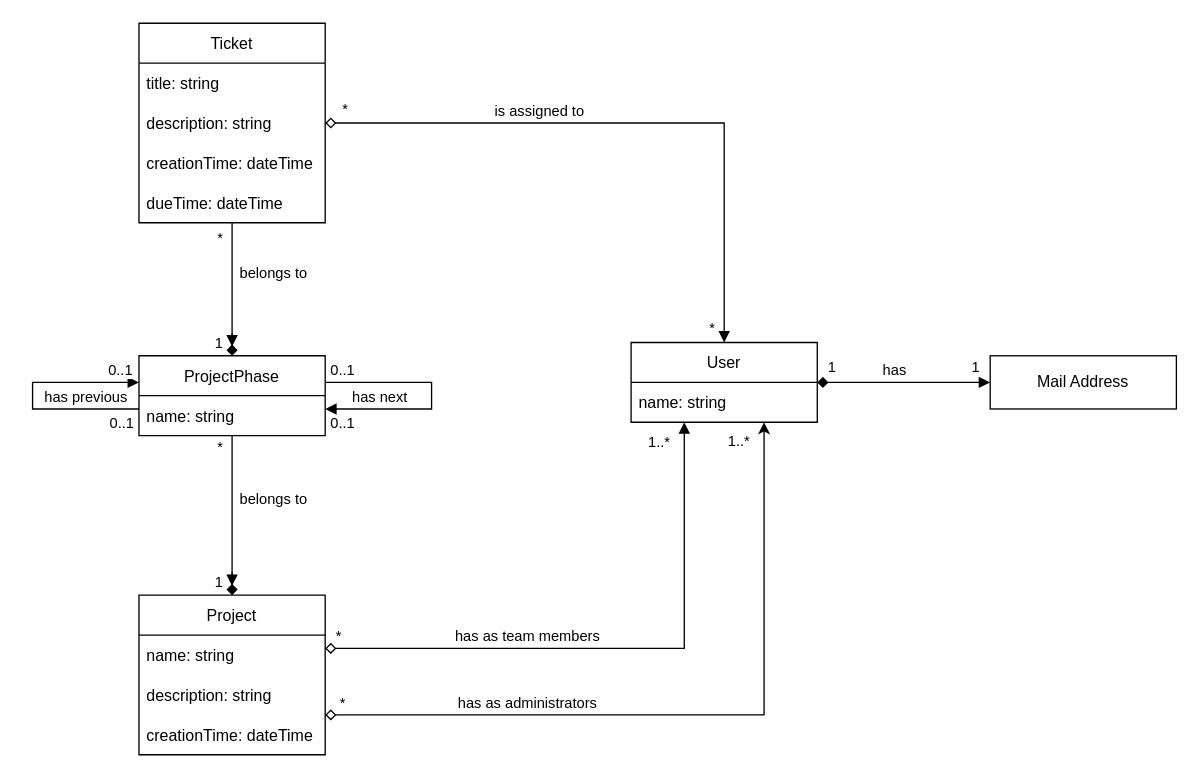
Above: doc/logical_data_model/logical_data_model.drawio in dkettner/ticketing-system (draw.io), before the change. Source tidied: cells renumbered, new cells numbered last; positions are measured from the earlier drawing's top-left corner, leaving out a move shared by most shapes. Both pictures are drawn from the tidied source at 133%, with x=0, y=0 at pixel (32, 23).
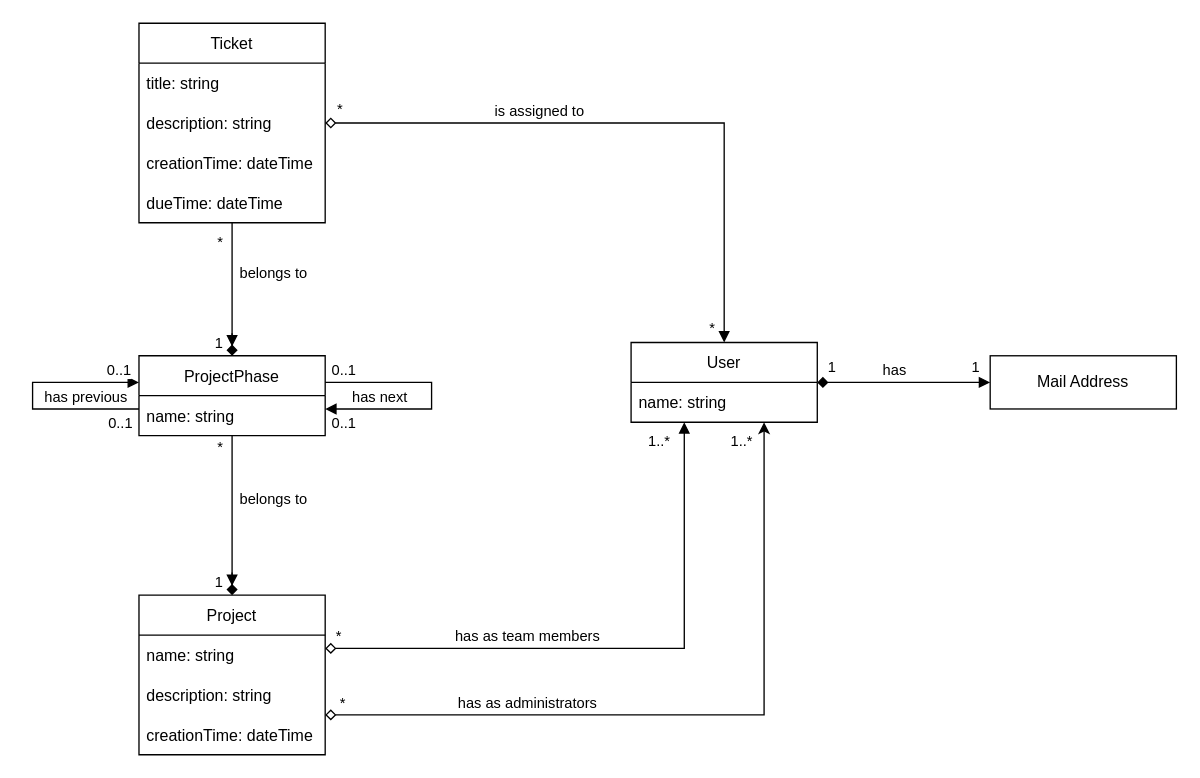
The same diagram, later.

Commit message (it also covers changes not shown here):
style(docs): correct formatting of logical data model

just a minor change

The change refers to these unchanged cells:
```xml
<mxCell id="2" style="edgeStyle=orthogonalEdgeStyle;rounded=0;jettySize=auto;html=1;endArrow=diamond;endFill=0;startArrow=block;startFill=1;" parent="1" edge="1" source="10" target="16">
  <mxGeometry relative="1" as="geometry">
    <Array as="points">
      <mxPoint x="490" y="470" />
    </Array>
  </mxGeometry>
</mxCell>
<mxCell id="12" style="edgeStyle=orthogonalEdgeStyle;rounded=0;jettySize=auto;html=1;startArrow=diamond;startFill=0;" parent="1" edge="1" source="16" target="10">
  <mxGeometry relative="1" as="geometry">
    <Array as="points">
      <mxPoint x="550" y="520" />
    </Array>
  </mxGeometry>
</mxCell>
<mxCell id="20" style="edgeStyle=orthogonalEdgeStyle;rounded=0;jettySize=auto;html=1;startArrow=diamond;startFill=0;endArrow=block;endFill=1;" parent="1" edge="1" source="28" target="10">
  <mxGeometry relative="1" as="geometry" />
</mxCell>
<mxCell id="24" style="edgeStyle=orthogonalEdgeStyle;rounded=0;jettySize=auto;html=1;startArrow=none;startFill=0;endArrow=diamond;endFill=1;" parent="1" edge="1" source="28" target="38">
  <mxGeometry relative="1" as="geometry">
    <Array as="points">
      <mxPoint x="150" y="240" />
      <mxPoint x="150" y="240" />
    </Array>
  </mxGeometry>
</mxCell>
<mxCell id="42" style="edgeStyle=orthogonalEdgeStyle;rounded=0;orthogonalLoop=1;jettySize=auto;html=1;startArrow=none;startFill=0;endArrow=block;endFill=1;" parent="1" edge="1" source="38" target="38">
  <mxGeometry relative="1" as="geometry">
    <Array as="points">
      <mxPoint x="300" y="280" />
    </Array>
  </mxGeometry>
</mxCell>
<mxCell id="46" style="edgeStyle=orthogonalEdgeStyle;rounded=0;orthogonalLoop=1;jettySize=auto;html=1;startArrow=block;startFill=1;endArrow=none;endFill=0;" parent="1" edge="1" source="38" target="38">
  <mxGeometry relative="1" as="geometry">
    <Array as="points">
      <mxPoint y="280" />
    </Array>
  </mxGeometry>
</mxCell>
```

Change to the diagram source:
```diff
@@
-    <mxCell id="3" value="1..*" style="edgeLabel;html=1;align=center;verticalAlign=middle;" parent="2" vertex="1">
+    <mxCell id="3" value="1..*" style="edgeLabel;html=1;align=center;verticalAlign=middle;labelBackgroundColor=none;" parent="2" vertex="1">
       <mxGeometry x="-0.74" y="1" relative="1" as="geometry">
-        <mxPoint x="-21" y="-43" as="offset" />
+        <mxPoint x="-21" y="-44" as="offset" />
       </mxGeometry>
     </mxCell>
@@
     <mxCell id="15" value="1..*" style="edgeLabel;html=1;align=center;verticalAlign=middle;" parent="12" vertex="1">
       <mxGeometry x="0.94" y="1" relative="1" as="geometry">
-        <mxPoint x="-19" y="-3" as="offset" />
+        <mxPoint x="-17" y="-3" as="offset" />
       </mxGeometry>
     </mxCell>
@@
     <mxCell id="22" value="*" style="edgeLabel;html=1;align=center;verticalAlign=middle;" parent="20" vertex="1">
       <mxGeometry x="-0.93" y="1" relative="1" as="geometry">
-        <mxPoint x="-2" y="-10" as="offset" />
+        <mxPoint x="-6" y="-10" as="offset" />
       </mxGeometry>
     </mxCell>
@@
     <mxCell id="25" value="*" style="edgeLabel;html=1;align=center;verticalAlign=middle;" parent="24" vertex="1">
       <mxGeometry x="-0.78" y="4" relative="1" as="geometry">
-        <mxPoint x="-14" as="offset" />
+        <mxPoint x="-14" y="3" as="offset" />
       </mxGeometry>
     </mxCell>
@@
     <mxCell id="44" value="0..1" style="edgeLabel;html=1;align=center;verticalAlign=middle;" parent="42" vertex="1">
       <mxGeometry x="-0.89" y="1" relative="1" as="geometry">
-        <mxPoint x="2" y="-9" as="offset" />
+        <mxPoint x="3" y="-9" as="offset" />
       </mxGeometry>
     </mxCell>
     <mxCell id="45" value="0..1" style="edgeLabel;html=1;align=center;verticalAlign=middle;" parent="42" vertex="1">
       <mxGeometry x="-0.89" y="1" relative="1" as="geometry">
-        <mxPoint x="2" y="31" as="offset" />
+        <mxPoint x="3" y="31" as="offset" />
       </mxGeometry>
     </mxCell>
@@
     <mxCell id="48" value="0..1" style="edgeLabel;html=1;align=center;verticalAlign=middle;" parent="46" vertex="1">
       <mxGeometry x="0.84" y="1" relative="1" as="geometry">
-        <mxPoint y="11" as="offset" />
+        <mxPoint x="-1" y="11" as="offset" />
       </mxGeometry>
     </mxCell>
     <mxCell id="49" value="0..1" style="edgeLabel;html=1;align=center;verticalAlign=middle;" parent="46" vertex="1">
       <mxGeometry x="0.84" y="1" relative="1" as="geometry">
-        <mxPoint x="-1" y="-29" as="offset" />
+        <mxPoint x="-2" y="-29" as="offset" />
       </mxGeometry>
     </mxCell>
```
